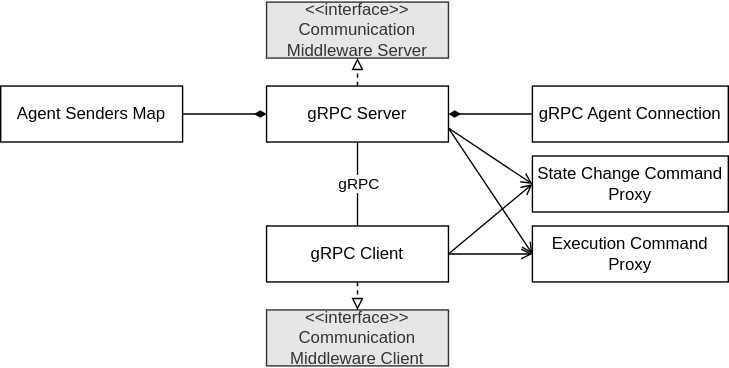
This is grpc/doc/swdesign/drawio/unit_overview.drawio.svg from eclipse-ankaios/ankaios, a draw.io export, as it was before one commit. Source tidied: cells renumbered, new cells last; positions are measured from the earlier drawing's top-left corner, leaving out a move shared by most shapes.
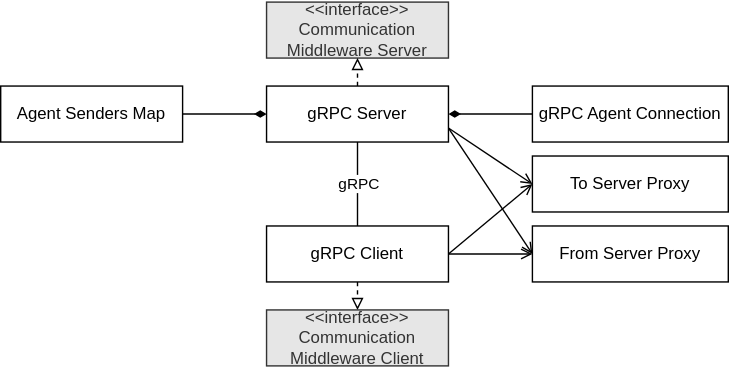
The same file after the commit.

Diff of the diagram source:
```diff
@@ -46,10 +46,10 @@
     <mxCell id="15" value="gRPC Client" style="rounded=0;whiteSpace=wrap;html=1;" parent="1" vertex="1">
       <mxGeometry x="190" y="160" width="130" height="40" as="geometry" />
     </mxCell>
-    <mxCell id="16" value="State Change Command&lt;br&gt;Proxy" style="rounded=0;whiteSpace=wrap;html=1;" parent="1" vertex="1">
+    <mxCell id="16" value="To Server Proxy" style="rounded=0;whiteSpace=wrap;html=1;" parent="1" vertex="1">
       <mxGeometry x="380" y="110" width="140" height="40" as="geometry" />
     </mxCell>
-    <mxCell id="17" value="Execution Command&lt;br&gt;Proxy" style="rounded=0;whiteSpace=wrap;html=1;" parent="1" vertex="1">
+    <mxCell id="17" value="From Server Proxy" style="rounded=0;whiteSpace=wrap;html=1;" parent="1" vertex="1">
       <mxGeometry x="380" y="160" width="140" height="40" as="geometry" />
     </mxCell>
     <mxCell id="18" value="Agent Senders Map" style="rounded=0;whiteSpace=wrap;html=1;" parent="1" vertex="1">
```
